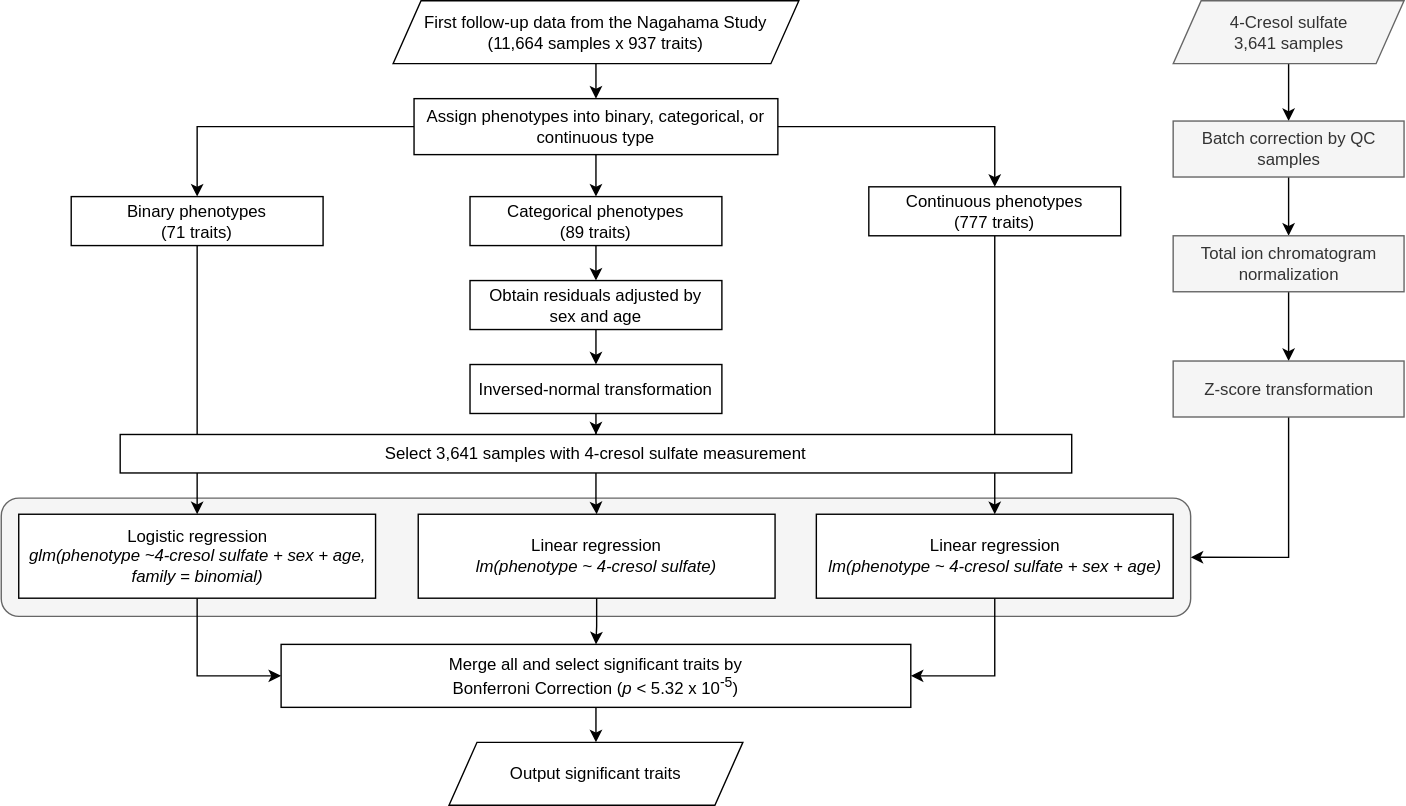
Before: workflow.svg, a diagram exported from draw.io (janiceou/website_log). Source tidied: cells renumbered, new cells last; positions are measured from the earlier drawing's top-left corner, leaving out a move shared by most shapes.
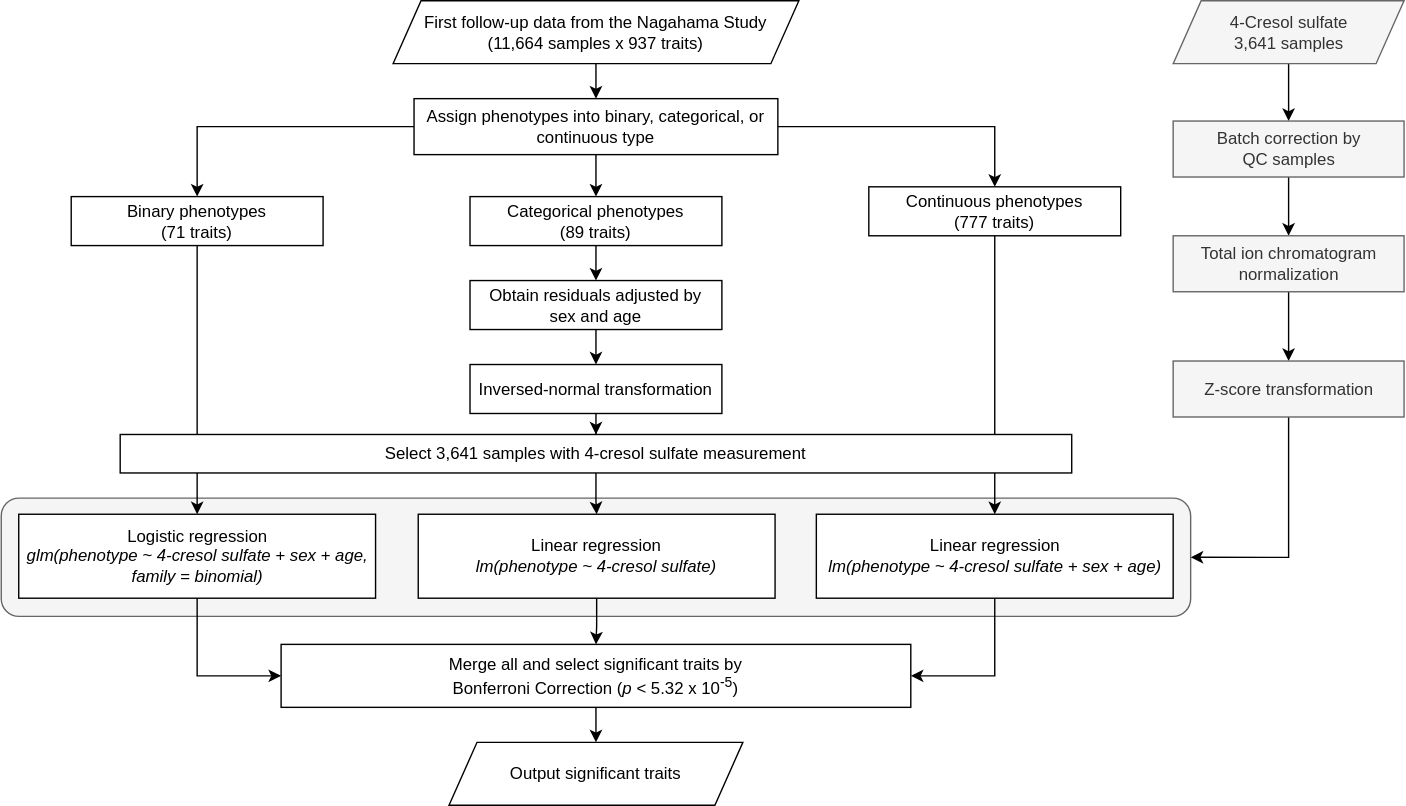
After the commit.

The edit, as a diff of the source:
```diff
@@ -70,7 +70,7 @@
     <mxCell id="23" style="edgeStyle=orthogonalEdgeStyle;rounded=0;jettySize=auto;html=1;entryX=0;entryY=0.5;entryDx=0;entryDy=0;" parent="1" edge="1" source="24" target="28">
       <mxGeometry relative="1" as="geometry" />
     </mxCell>
-    <mxCell id="24" value="Logistic regression&lt;br&gt;&lt;i&gt;glm(phenotype ~4-cresol sulfate + sex + age, family = binomial)&lt;/i&gt;" style="rounded=0;whiteSpace=wrap;html=1;" parent="1" vertex="1">
+    <mxCell id="24" value="Logistic regression&lt;br&gt;&lt;i&gt;glm(phenotype ~ 4-cresol sulfate + sex + age, family = binomial)&lt;/i&gt;" style="rounded=0;whiteSpace=wrap;html=1;" parent="1" vertex="1">
       <mxGeometry x="12.5" y="367" width="255" height="60" as="geometry" />
     </mxCell>
     <mxCell id="25" style="edgeStyle=orthogonalEdgeStyle;rounded=0;jettySize=auto;html=1;entryX=1;entryY=0.5;entryDx=0;entryDy=0;" parent="1" edge="1" source="26" target="28">
@@ -97,7 +97,7 @@
     <mxCell id="32" style="edgeStyle=orthogonalEdgeStyle;rounded=0;jettySize=auto;html=1;" parent="1" edge="1" source="33" target="35">
       <mxGeometry relative="1" as="geometry" />
     </mxCell>
-    <mxCell id="33" value="Batch correction by QC samples" style="whiteSpace=wrap;html=1;fillColor=#f5f5f5;strokeColor=#666666;fontColor=#333333;" parent="1" vertex="1">
+    <mxCell id="33" value="Batch correction by &lt;br&gt;QC samples" style="whiteSpace=wrap;html=1;fillColor=#f5f5f5;strokeColor=#666666;fontColor=#333333;" parent="1" vertex="1">
       <mxGeometry x="837.5" y="86" width="165" height="40" as="geometry" />
     </mxCell>
     <mxCell id="34" style="edgeStyle=orthogonalEdgeStyle;rounded=0;jettySize=auto;html=1;" parent="1" edge="1" source="35" target="37">
```
